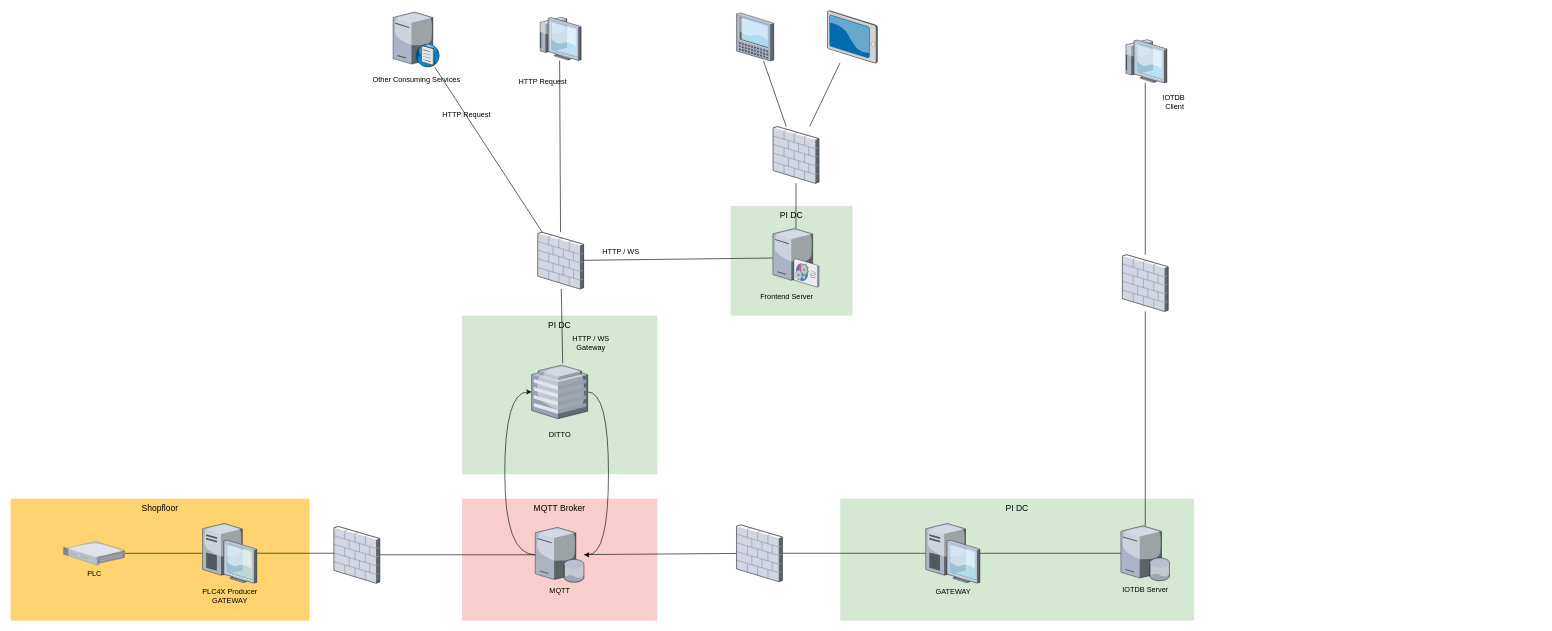
Above: architecture.drawio in JulianFeinauer/ditto-mqtt (draw.io), before the change. Source tidied: cells renumbered, new cells numbered last; positions are measured from the earlier drawing's top-left corner, leaving out a move shared by most shapes. Both pictures are drawn from the tidied source at 61%, with x=0, y=0 at pixel (10, 10).
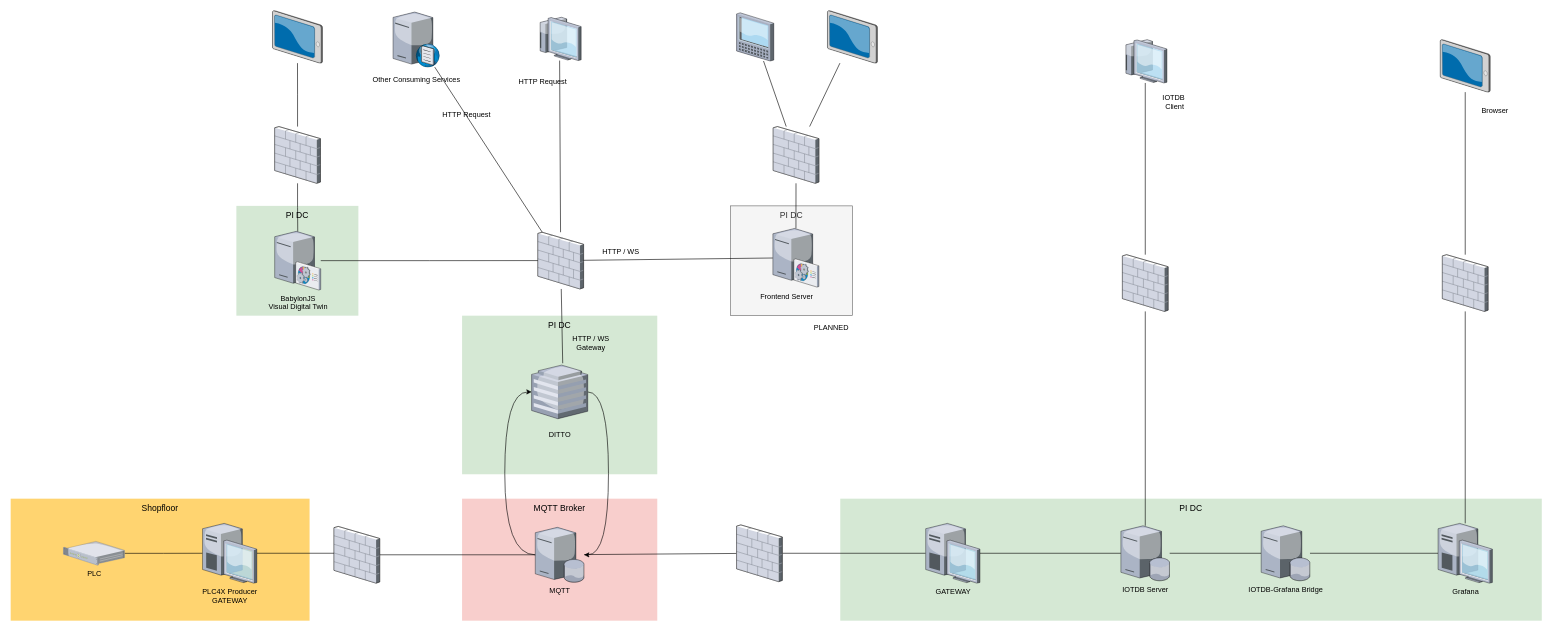
The same diagram, later.

The change refers to these unchanged cells:
```xml
<mxCell id="19" style="verticalLabelPosition=bottom;html=1;verticalAlign=top;strokeColor=none;shape=mxgraph.citrix.firewall;fillColor=#66B2FF;gradientColor=#0066CC;fontSize=14;" parent="1" vertex="1">
  <mxGeometry x="864.2" y="363.2" width="75" height="93" as="geometry" />
</mxCell>
<mxCell id="37" value="IOTDB Server" style="verticalLabelPosition=bottom;html=1;verticalAlign=top;strokeColor=none;align=center;outlineConnect=0;shape=mxgraph.citrix.database_server;" parent="1" vertex="1">
  <mxGeometry x="1820" y="844.5" width="80" height="90" as="geometry" />
</mxCell>
```

Change to the diagram source:
```diff
@@
-    <mxCell id="2" value="PI DC" style="whiteSpace=wrap;html=1;fillColor=#d5e8d4;fontSize=14;strokeColor=none;verticalAlign=top;" parent="1" vertex="1">
+    <mxCell id="2" value="PI DC" style="whiteSpace=wrap;html=1;fillColor=#f5f5f5;fontSize=14;strokeColor=#666666;verticalAlign=top;fontColor=#333333;" parent="1" vertex="1">
       <mxGeometry x="1180" y="320" width="200" height="180" as="geometry" />
     </mxCell>
@@
     <mxCell id="6" value="PI DC" style="whiteSpace=wrap;html=1;fillColor=#d5e8d4;fontSize=14;strokeColor=none;verticalAlign=top;" parent="1" vertex="1">
-      <mxGeometry x="1360" y="800" width="580" height="200" as="geometry" />
+      <mxGeometry x="1360" y="800" width="1150" height="200" as="geometry" />
     </mxCell>
@@
+    <mxCell id="49" style="edgeStyle=orthogonalEdgeStyle;rounded=0;jettySize=auto;html=1;endArrow=none;endFill=0;" parent="1" edge="1" source="37" target="51">
+      <mxGeometry relative="1" as="geometry" />
+    </mxCell>
@@
+    <mxCell id="50" style="edgeStyle=orthogonalEdgeStyle;rounded=0;jettySize=auto;html=1;endArrow=none;endFill=0;" parent="1" edge="1" source="51" target="53">
+      <mxGeometry relative="1" as="geometry" />
+    </mxCell>
+    <mxCell id="51" value="IOTDB-Grafana Bridge" style="verticalLabelPosition=bottom;html=1;verticalAlign=top;strokeColor=none;align=center;outlineConnect=0;shape=mxgraph.citrix.database_server;" parent="1" vertex="1">
+      <mxGeometry x="2050" y="844.5" width="80" height="90" as="geometry" />
+    </mxCell>
+    <mxCell id="52" style="edgeStyle=orthogonalEdgeStyle;rounded=0;jettySize=auto;html=1;endArrow=none;endFill=0;" parent="1" edge="1" source="53" target="54">
+      <mxGeometry relative="1" as="geometry" />
+    </mxCell>
+    <mxCell id="53" value="Grafana" style="verticalLabelPosition=bottom;html=1;verticalAlign=top;strokeColor=none;align=center;outlineConnect=0;shape=mxgraph.citrix.desktop;" parent="1" vertex="1">
+      <mxGeometry x="2340" y="840.5" width="89" height="98" as="geometry" />
+    </mxCell>
+    <mxCell id="54" style="verticalLabelPosition=bottom;html=1;verticalAlign=top;strokeColor=none;shape=mxgraph.citrix.firewall;fillColor=#66B2FF;gradientColor=#0066CC;fontSize=14;" parent="1" vertex="1">
+      <mxGeometry x="2347" y="400" width="75" height="93" as="geometry" />
+    </mxCell>
+    <mxCell id="55" style="edgeStyle=orthogonalEdgeStyle;rounded=0;jettySize=auto;html=1;endArrow=none;endFill=0;" parent="1" edge="1" source="56" target="54">
+      <mxGeometry relative="1" as="geometry" />
+    </mxCell>
+    <mxCell id="56" style="verticalLabelPosition=bottom;html=1;verticalAlign=top;strokeColor=none;align=center;outlineConnect=0;shape=mxgraph.citrix.tablet_2;" parent="1" vertex="1">
+      <mxGeometry x="2343.5" y="47.5" width="82" height="86" as="geometry" />
+    </mxCell>
+    <mxCell id="57" value="Browser" style="text;html=1;align=center;verticalAlign=middle;" parent="1" vertex="1">
+      <mxGeometry x="2403" y="155" width="60" height="20" as="geometry" />
+    </mxCell>
+    <mxCell id="58" value="PI DC" style="whiteSpace=wrap;html=1;fillColor=#d5e8d4;fontSize=14;strokeColor=none;verticalAlign=top;" parent="1" vertex="1">
+      <mxGeometry x="370" y="320" width="200" height="180" as="geometry" />
+    </mxCell>
+    <mxCell id="59" style="edgeStyle=orthogonalEdgeStyle;rounded=0;jettySize=auto;html=1;endArrow=none;endFill=0;" parent="1" edge="1" source="60" target="19">
+      <mxGeometry relative="1" as="geometry" />
+    </mxCell>
+    <mxCell id="60" value="BabylonJS &lt;br&gt;Visual Digital Twin" style="verticalLabelPosition=bottom;html=1;verticalAlign=top;strokeColor=none;align=center;outlineConnect=0;shape=mxgraph.citrix.command_center;" parent="1" vertex="1">
+      <mxGeometry x="432.8" y="361.8" width="75.5" height="96" as="geometry" />
+    </mxCell>
+    <mxCell id="61" style="verticalLabelPosition=bottom;html=1;verticalAlign=top;strokeColor=none;align=center;outlineConnect=0;shape=mxgraph.citrix.tablet_2;" parent="1" vertex="1">
+      <mxGeometry x="429.2" width="82" height="86" as="geometry" />
+    </mxCell>
+    <mxCell id="62" style="edgeStyle=orthogonalEdgeStyle;rounded=0;jettySize=auto;html=1;endArrow=none;endFill=0;" parent="1" edge="1" source="64" target="60">
+      <mxGeometry relative="1" as="geometry" />
+    </mxCell>
+    <mxCell id="63" style="edgeStyle=orthogonalEdgeStyle;rounded=0;jettySize=auto;html=1;endArrow=none;endFill=0;" parent="1" edge="1" source="64" target="61">
+      <mxGeometry relative="1" as="geometry" />
+    </mxCell>
+    <mxCell id="64" style="verticalLabelPosition=bottom;html=1;verticalAlign=top;strokeColor=none;shape=mxgraph.citrix.firewall;fillColor=#66B2FF;gradientColor=#0066CC;fontSize=14;" parent="1" vertex="1">
+      <mxGeometry x="432.8" y="190" width="75" height="93" as="geometry" />
+    </mxCell>
+    <mxCell id="65" value="PLANNED" style="text;html=1;align=center;verticalAlign=middle;" parent="1" vertex="1">
+      <mxGeometry x="1310" y="510" width="70" height="20" as="geometry" />
+    </mxCell>
```
